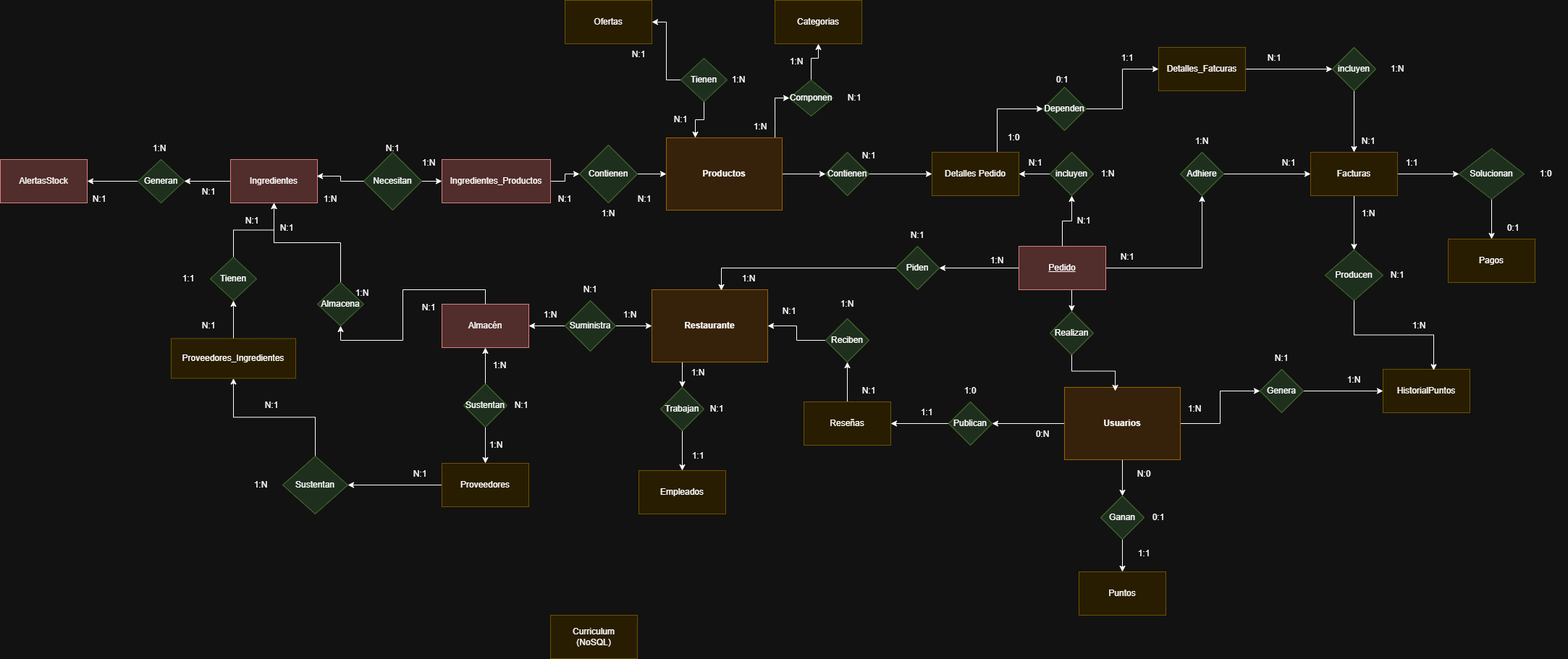
The draw.io diagram Base de Datos/Entidad-Relacion.png in sergioLahuerta/retoBueno, before a commit. Source tidied: cells renumbered, new cells last; positions are measured from the earlier drawing's top-left corner, leaving out a move shared by most shapes.
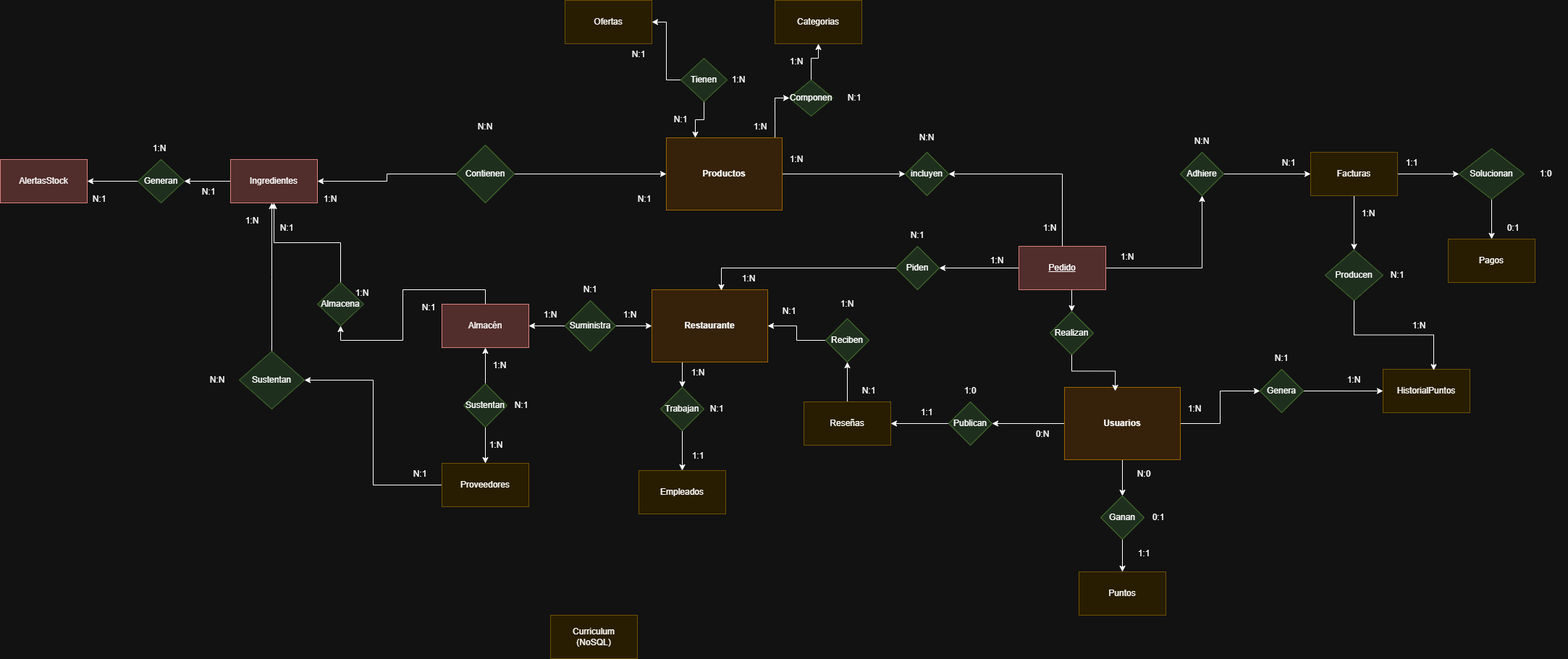
Above is the later version.

Diff of the diagram source:
```diff
@@ -4,5 +4,2 @@
     <mxCell id="1" parent="0" />
-    <mxCell id="2" style="edgeStyle=orthogonalEdgeStyle;rounded=0;jettySize=auto;html=1;exitX=1;exitY=0.5;exitDx=0;exitDy=0;entryX=0;entryY=0.5;entryDx=0;entryDy=0;" parent="1" edge="1" source="4" target="25">
-      <mxGeometry relative="1" as="geometry" />
-    </mxCell>
     <mxCell id="3" style="edgeStyle=orthogonalEdgeStyle;rounded=0;jettySize=auto;html=1;exitX=0.938;exitY=0;exitDx=0;exitDy=0;entryX=0;entryY=0.5;entryDx=0;entryDy=0;exitPerimeter=0;" parent="1" edge="1" source="4" target="23">
@@ -10,2 +7,5 @@
     </mxCell>
+    <mxCell id="162" style="edgeStyle=orthogonalEdgeStyle;rounded=0;jettySize=auto;html=1;exitX=1;exitY=0.5;exitDx=0;exitDy=0;entryX=0;entryY=0.5;entryDx=0;entryDy=0;" parent="1" edge="1" source="4" target="64">
+      <mxGeometry relative="1" as="geometry" />
+    </mxCell>
     <mxCell id="4" value="&lt;b&gt;Productos&lt;/b&gt;" style="rounded=0;whiteSpace=wrap;html=1;fillColor=#ffe6cc;strokeColor=#d79b00;" parent="1" vertex="1">
@@ -31,5 +31,2 @@
     </mxCell>
-    <mxCell id="11" style="edgeStyle=orthogonalEdgeStyle;rounded=0;jettySize=auto;html=1;exitX=0.5;exitY=0;exitDx=0;exitDy=0;entryX=0.5;entryY=1;entryDx=0;entryDy=0;" parent="1" edge="1" source="14" target="64">
-      <mxGeometry relative="1" as="geometry" />
-    </mxCell>
     <mxCell id="12" style="edgeStyle=orthogonalEdgeStyle;rounded=0;jettySize=auto;html=1;exitX=0.5;exitY=1;exitDx=0;exitDy=0;entryX=0.5;entryY=0;entryDx=0;entryDy=0;" parent="1" edge="1" source="14" target="34">
@@ -40,2 +37,5 @@
     </mxCell>
+    <mxCell id="11" style="edgeStyle=orthogonalEdgeStyle;rounded=0;jettySize=auto;html=1;exitX=0.5;exitY=0;exitDx=0;exitDy=0;entryX=1;entryY=0.5;entryDx=0;entryDy=0;" parent="1" edge="1" source="14" target="64">
+      <mxGeometry relative="1" as="geometry" />
+    </mxCell>
     <mxCell id="14" value="&lt;u&gt;Pedido&lt;/u&gt;" style="rounded=0;whiteSpace=wrap;html=1;fillColor=#f8cecc;strokeColor=#b85450;" parent="1" vertex="1">
@@ -49,8 +49,2 @@
     </mxCell>
-    <mxCell id="17" style="edgeStyle=orthogonalEdgeStyle;rounded=0;jettySize=auto;html=1;entryX=0;entryY=0.5;entryDx=0;entryDy=0;" parent="1" edge="1" source="18" target="79">
-      <mxGeometry relative="1" as="geometry" />
-    </mxCell>
-    <mxCell id="18" value="Necesitan" style="rhombus;whiteSpace=wrap;html=1;fillColor=#d5e8d4;strokeColor=#82b366;" parent="1" vertex="1">
-      <mxGeometry x="502" y="210" width="80" height="80" as="geometry" />
-    </mxCell>
     <mxCell id="19" style="edgeStyle=orthogonalEdgeStyle;rounded=0;jettySize=auto;html=1;exitX=0;exitY=0.5;exitDx=0;exitDy=0;entryX=1;entryY=0.5;entryDx=0;entryDy=0;" parent="1" edge="1" source="21" target="5">
@@ -75,8 +69,2 @@
     </mxCell>
-    <mxCell id="24" style="edgeStyle=orthogonalEdgeStyle;rounded=0;jettySize=auto;html=1;exitX=1;exitY=0.5;exitDx=0;exitDy=0;entryX=0;entryY=0.5;entryDx=0;entryDy=0;" parent="1" edge="1" source="25" target="62">
-      <mxGeometry relative="1" as="geometry" />
-    </mxCell>
-    <mxCell id="25" value="Contienen" style="rhombus;whiteSpace=wrap;html=1;fillColor=#d5e8d4;strokeColor=#82b366;" parent="1" vertex="1">
-      <mxGeometry x="1140" y="210" width="60" height="60" as="geometry" />
-    </mxCell>
     <mxCell id="26" style="edgeStyle=orthogonalEdgeStyle;rounded=0;jettySize=auto;html=1;exitX=1;exitY=0.5;exitDx=0;exitDy=0;entryX=0;entryY=0.5;entryDx=0;entryDy=0;" parent="1" edge="1" source="27" target="9">
@@ -117,5 +105,2 @@
     </mxCell>
-    <mxCell id="38" style="edgeStyle=orthogonalEdgeStyle;rounded=0;jettySize=auto;html=1;exitX=0;exitY=0.5;exitDx=0;exitDy=0;entryX=0.992;entryY=0.383;entryDx=0;entryDy=0;entryPerimeter=0;" parent="1" edge="1" source="18" target="16">
-      <mxGeometry relative="1" as="geometry" />
-    </mxCell>
     <mxCell id="39" style="edgeStyle=orthogonalEdgeStyle;rounded=0;jettySize=auto;html=1;exitX=0.5;exitY=0;exitDx=0;exitDy=0;entryX=0.5;entryY=1;entryDx=0;entryDy=0;" parent="1" edge="1" source="40" target="42">
@@ -186,13 +171,4 @@
     </mxCell>
-    <mxCell id="61" style="edgeStyle=orthogonalEdgeStyle;rounded=0;jettySize=auto;html=1;exitX=0.75;exitY=0;exitDx=0;exitDy=0;entryX=0;entryY=0.5;entryDx=0;entryDy=0;" parent="1" edge="1" source="62" target="71">
-      <mxGeometry relative="1" as="geometry" />
-    </mxCell>
-    <mxCell id="62" value="Detalles Pedido" style="rounded=0;whiteSpace=wrap;html=1;fillColor=#fff2cc;strokeColor=#d6b656;" parent="1" vertex="1">
-      <mxGeometry x="1287" y="210" width="120" height="60" as="geometry" />
-    </mxCell>
-    <mxCell id="63" style="edgeStyle=orthogonalEdgeStyle;rounded=0;jettySize=auto;html=1;exitX=0;exitY=0.5;exitDx=0;exitDy=0;entryX=1;entryY=0.5;entryDx=0;entryDy=0;" parent="1" edge="1" source="64" target="62">
-      <mxGeometry relative="1" as="geometry" />
-    </mxCell>
     <mxCell id="64" value="incluyen" style="rhombus;whiteSpace=wrap;html=1;fillColor=#d5e8d4;strokeColor=#82b366;" parent="1" vertex="1">
-      <mxGeometry x="1450" y="210" width="60" height="60" as="geometry" />
+      <mxGeometry x="1250" y="210" width="60" height="60" as="geometry" />
     </mxCell>
@@ -213,8 +189,2 @@
     </mxCell>
-    <mxCell id="70" style="edgeStyle=orthogonalEdgeStyle;rounded=0;jettySize=auto;html=1;exitX=1;exitY=0.5;exitDx=0;exitDy=0;entryX=0;entryY=0.5;entryDx=0;entryDy=0;" parent="1" edge="1" source="71" target="83">
-      <mxGeometry relative="1" as="geometry" />
-    </mxCell>
-    <mxCell id="71" value="Dependen" style="rhombus;whiteSpace=wrap;html=1;fillColor=#d5e8d4;strokeColor=#82b366;" parent="1" vertex="1">
-      <mxGeometry x="1440" y="120" width="60" height="60" as="geometry" />
-    </mxCell>
     <mxCell id="72" style="edgeStyle=orthogonalEdgeStyle;rounded=0;jettySize=auto;html=1;exitX=0.5;exitY=1;exitDx=0;exitDy=0;entryX=0.5;entryY=0;entryDx=0;entryDy=0;" parent="1" edge="1" source="73" target="74">
@@ -237,8 +207,2 @@
     </mxCell>
-    <mxCell id="78" style="edgeStyle=orthogonalEdgeStyle;rounded=0;jettySize=auto;html=1;exitX=1;exitY=0.5;exitDx=0;exitDy=0;entryX=0;entryY=0.5;entryDx=0;entryDy=0;" parent="1" edge="1" source="79" target="81">
-      <mxGeometry relative="1" as="geometry" />
-    </mxCell>
-    <mxCell id="79" value="Ingredientes_Productos" style="rounded=0;whiteSpace=wrap;html=1;fillColor=#f8cecc;strokeColor=#b85450;" parent="1" vertex="1">
-      <mxGeometry x="610" y="220" width="150" height="60" as="geometry" />
-    </mxCell>
     <mxCell id="80" style="edgeStyle=orthogonalEdgeStyle;rounded=0;jettySize=auto;html=1;exitX=1;exitY=0.5;exitDx=0;exitDy=0;entryX=0;entryY=0.5;entryDx=0;entryDy=0;" parent="1" edge="1" source="81" target="4">
@@ -246,11 +210,8 @@
     </mxCell>
+    <mxCell id="163" style="edgeStyle=orthogonalEdgeStyle;rounded=0;jettySize=auto;html=1;exitX=0;exitY=0.5;exitDx=0;exitDy=0;entryX=1;entryY=0.5;entryDx=0;entryDy=0;" parent="1" edge="1" source="81" target="16">
+      <mxGeometry relative="1" as="geometry" />
+    </mxCell>
     <mxCell id="81" value="Contienen" style="rhombus;whiteSpace=wrap;html=1;fillColor=#d5e8d4;strokeColor=#82b366;" parent="1" vertex="1">
-      <mxGeometry x="800" y="200" width="80" height="80" as="geometry" />
+      <mxGeometry x="630" y="200" width="80" height="80" as="geometry" />
     </mxCell>
-    <mxCell id="82" style="edgeStyle=orthogonalEdgeStyle;rounded=0;jettySize=auto;html=1;entryX=0;entryY=0.5;entryDx=0;entryDy=0;" parent="1" edge="1" source="83" target="117">
-      <mxGeometry relative="1" as="geometry" />
-    </mxCell>
-    <mxCell id="83" value="Detalles_Fatcuras" style="rounded=0;whiteSpace=wrap;html=1;fillColor=#fff2cc;strokeColor=#d6b656;" parent="1" vertex="1">
-      <mxGeometry x="1600" y="65" width="120" height="60" as="geometry" />
-    </mxCell>
     <mxCell id="84" value="Puntos" style="rounded=0;whiteSpace=wrap;html=1;fillColor=#fff2cc;strokeColor=#d6b656;" parent="1" vertex="1">
@@ -258,13 +219,9 @@
     </mxCell>
-    <mxCell id="85" style="edgeStyle=orthogonalEdgeStyle;rounded=0;jettySize=auto;html=1;exitX=0.5;exitY=0;exitDx=0;exitDy=0;entryX=0.5;entryY=1;entryDx=0;entryDy=0;" parent="1" edge="1" source="86" target="108">
-      <mxGeometry relative="1" as="geometry" />
-    </mxCell>
-    <mxCell id="86" value="Proveedores_Ingredientes" style="rounded=0;whiteSpace=wrap;html=1;fillColor=#fff2cc;strokeColor=#d6b656;" parent="1" vertex="1">
-      <mxGeometry x="236" y="467.5" width="172" height="55" as="geometry" />
-    </mxCell>
-    <mxCell id="87" style="edgeStyle=orthogonalEdgeStyle;rounded=0;jettySize=auto;html=1;exitX=0.5;exitY=0;exitDx=0;exitDy=0;entryX=0.5;entryY=1;entryDx=0;entryDy=0;" parent="1" edge="1" source="88" target="86">
-      <mxGeometry relative="1" as="geometry" />
-    </mxCell>
+    <mxCell id="164" style="edgeStyle=orthogonalEdgeStyle;rounded=0;jettySize=auto;html=1;exitX=0.5;exitY=0;exitDx=0;exitDy=0;" parent="1" edge="1" source="88">
+      <mxGeometry relative="1" as="geometry">
+        <mxPoint x="375" y="280" as="targetPoint" />
+      </mxGeometry>
+    </mxCell>
     <mxCell id="88" value="Sustentan" style="rhombus;whiteSpace=wrap;html=1;fillColor=#d5e8d4;strokeColor=#82b366;" parent="1" vertex="1">
-      <mxGeometry x="390" y="630" width="90" height="80" as="geometry" />
+      <mxGeometry x="330" y="485" width="90" height="80" as="geometry" />
     </mxCell>
@@ -291,8 +248,2 @@
     </mxCell>
-    <mxCell id="96" value="1:N" style="text;strokeColor=none;align=center;fillColor=none;html=1;verticalAlign=middle;whiteSpace=wrap;rounded=0;" parent="1" vertex="1">
-      <mxGeometry x="810" y="280" width="60" height="30" as="geometry" />
-    </mxCell>
-    <mxCell id="97" value="N:1" style="text;strokeColor=none;align=center;fillColor=none;html=1;verticalAlign=middle;whiteSpace=wrap;rounded=0;" parent="1" vertex="1">
-      <mxGeometry x="1170" y="200" width="60" height="30" as="geometry" />
-    </mxCell>
     <mxCell id="98" value="1:N" style="text;strokeColor=none;align=center;fillColor=none;html=1;verticalAlign=middle;whiteSpace=wrap;rounded=0;" parent="1" vertex="1">
@@ -300,8 +251,2 @@
     </mxCell>
-    <mxCell id="99" value="N:1" style="text;strokeColor=none;align=center;fillColor=none;html=1;verticalAlign=middle;whiteSpace=wrap;rounded=0;" parent="1" vertex="1">
-      <mxGeometry x="512" y="190" width="60" height="30" as="geometry" />
-    </mxCell>
-    <mxCell id="100" value="1:N" style="text;strokeColor=none;align=center;fillColor=none;html=1;verticalAlign=middle;whiteSpace=wrap;rounded=0;" parent="1" vertex="1">
-      <mxGeometry x="562" y="210" width="60" height="30" as="geometry" />
-    </mxCell>
     <mxCell id="101" value="N:1" style="text;strokeColor=none;align=center;fillColor=none;html=1;verticalAlign=middle;whiteSpace=wrap;rounded=0;" parent="1" vertex="1">
@@ -324,8 +269,2 @@
     </mxCell>
-    <mxCell id="107" style="edgeStyle=orthogonalEdgeStyle;rounded=0;jettySize=auto;html=1;exitX=0.5;exitY=0;exitDx=0;exitDy=0;entryX=0.5;entryY=1;entryDx=0;entryDy=0;" parent="1" edge="1" source="108" target="16">
-      <mxGeometry relative="1" as="geometry" />
-    </mxCell>
-    <mxCell id="108" value="Tienen" style="rhombus;whiteSpace=wrap;html=1;fillColor=#d5e8d4;strokeColor=#82b366;" parent="1" vertex="1">
-      <mxGeometry x="290" y="355" width="64" height="60" as="geometry" />
-    </mxCell>
     <mxCell id="109" value="1:N" style="text;strokeColor=none;align=center;fillColor=none;html=1;verticalAlign=middle;whiteSpace=wrap;rounded=0;" parent="1" vertex="1">
@@ -348,11 +287,2 @@
     </mxCell>
-    <mxCell id="115" value="N:1" style="text;strokeColor=none;align=center;fillColor=none;html=1;verticalAlign=middle;whiteSpace=wrap;rounded=0;" parent="1" vertex="1">
-      <mxGeometry x="750" y="260" width="60" height="30" as="geometry" />
-    </mxCell>
-    <mxCell id="116" style="edgeStyle=orthogonalEdgeStyle;rounded=0;jettySize=auto;html=1;" parent="1" edge="1" source="117" target="9">
-      <mxGeometry relative="1" as="geometry" />
-    </mxCell>
-    <mxCell id="117" value="incluyen" style="rhombus;whiteSpace=wrap;html=1;fillColor=#d5e8d4;strokeColor=#82b366;" parent="1" vertex="1">
-      <mxGeometry x="1840" y="65" width="60" height="60" as="geometry" />
-    </mxCell>
     <mxCell id="118" value="1:N" style="text;strokeColor=none;align=center;fillColor=none;html=1;verticalAlign=middle;whiteSpace=wrap;rounded=0;" parent="1" vertex="1">
@@ -378,35 +308,11 @@
     </mxCell>
-    <mxCell id="125" value="1:N" style="text;strokeColor=none;align=center;fillColor=none;html=1;verticalAlign=middle;whiteSpace=wrap;rounded=0;" parent="1" vertex="1">
-      <mxGeometry x="330" y="655" width="60" height="30" as="geometry" />
+    <mxCell id="125" value="N:N" style="text;strokeColor=none;align=center;fillColor=none;html=1;verticalAlign=middle;whiteSpace=wrap;rounded=0;" parent="1" vertex="1">
+      <mxGeometry x="270" y="510" width="60" height="30" as="geometry" />
     </mxCell>
-    <mxCell id="126" value="N:1" style="text;strokeColor=none;align=center;fillColor=none;html=1;verticalAlign=middle;whiteSpace=wrap;rounded=0;" parent="1" vertex="1">
-      <mxGeometry x="345" y="545" width="60" height="30" as="geometry" />
-    </mxCell>
-    <mxCell id="127" value="N:1" style="text;strokeColor=none;align=center;fillColor=none;html=1;verticalAlign=middle;whiteSpace=wrap;rounded=0;" parent="1" vertex="1">
-      <mxGeometry x="1467" y="290" width="60" height="30" as="geometry" />
+    <mxCell id="127" value="1:N" style="text;strokeColor=none;align=center;fillColor=none;html=1;verticalAlign=middle;whiteSpace=wrap;rounded=0;" parent="1" vertex="1">
+      <mxGeometry x="1420" y="300" width="60" height="30" as="geometry" />
     </mxCell>
-    <mxCell id="128" value="1:N" style="text;strokeColor=none;align=center;fillColor=none;html=1;verticalAlign=middle;whiteSpace=wrap;rounded=0;" parent="1" vertex="1">
-      <mxGeometry x="1500" y="225" width="60" height="30" as="geometry" />
+    <mxCell id="128" value="N:N" style="text;strokeColor=none;align=center;fillColor=none;html=1;verticalAlign=middle;whiteSpace=wrap;rounded=0;" parent="1" vertex="1">
+      <mxGeometry x="1250" y="175" width="60" height="30" as="geometry" />
     </mxCell>
-    <mxCell id="129" value="N:1" style="text;strokeColor=none;align=center;fillColor=none;html=1;verticalAlign=middle;whiteSpace=wrap;rounded=0;" parent="1" vertex="1">
-      <mxGeometry x="1400" y="210" width="60" height="30" as="geometry" />
-    </mxCell>
-    <mxCell id="130" value="1:0" style="text;strokeColor=none;align=center;fillColor=none;html=1;verticalAlign=middle;whiteSpace=wrap;rounded=0;" parent="1" vertex="1">
-      <mxGeometry x="1370" y="175" width="60" height="30" as="geometry" />
-    </mxCell>
-    <mxCell id="131" value="0:1" style="text;strokeColor=none;align=center;fillColor=none;html=1;verticalAlign=middle;whiteSpace=wrap;rounded=0;" parent="1" vertex="1">
-      <mxGeometry x="1437" y="95" width="60" height="30" as="geometry" />
-    </mxCell>
-    <mxCell id="132" value="1:1" style="text;strokeColor=none;align=center;fillColor=none;html=1;verticalAlign=middle;whiteSpace=wrap;rounded=0;" parent="1" vertex="1">
-      <mxGeometry x="1527" y="65" width="60" height="30" as="geometry" />
-    </mxCell>
-    <mxCell id="133" value="N:1" style="text;strokeColor=none;align=center;fillColor=none;html=1;verticalAlign=middle;whiteSpace=wrap;rounded=0;" parent="1" vertex="1">
-      <mxGeometry x="1730" y="65" width="60" height="30" as="geometry" />
-    </mxCell>
-    <mxCell id="134" value="1:N" style="text;strokeColor=none;align=center;fillColor=none;html=1;verticalAlign=middle;whiteSpace=wrap;rounded=0;" parent="1" vertex="1">
-      <mxGeometry x="1900" y="80" width="60" height="30" as="geometry" />
-    </mxCell>
-    <mxCell id="135" value="N:1" style="text;strokeColor=none;align=center;fillColor=none;html=1;verticalAlign=middle;whiteSpace=wrap;rounded=0;" parent="1" vertex="1">
-      <mxGeometry x="1860" y="180" width="60" height="30" as="geometry" />
-    </mxCell>
     <mxCell id="136" value="1:1" style="text;strokeColor=none;align=center;fillColor=none;html=1;verticalAlign=middle;whiteSpace=wrap;rounded=0;" parent="1" vertex="1">
@@ -471,6 +377,6 @@
     </mxCell>
-    <mxCell id="156" value="N:1" style="text;strokeColor=none;align=center;fillColor=none;html=1;verticalAlign=middle;whiteSpace=wrap;rounded=0;" parent="1" vertex="1">
+    <mxCell id="156" value="1:N" style="text;strokeColor=none;align=center;fillColor=none;html=1;verticalAlign=middle;whiteSpace=wrap;rounded=0;" parent="1" vertex="1">
       <mxGeometry x="1527" y="340" width="60" height="30" as="geometry" />
     </mxCell>
-    <mxCell id="157" value="1:N" style="text;strokeColor=none;align=center;fillColor=none;html=1;verticalAlign=middle;whiteSpace=wrap;rounded=0;" parent="1" vertex="1">
+    <mxCell id="157" value="N:N" style="text;strokeColor=none;align=center;fillColor=none;html=1;verticalAlign=middle;whiteSpace=wrap;rounded=0;" parent="1" vertex="1">
       <mxGeometry x="1630" y="180" width="60" height="30" as="geometry" />
@@ -480,11 +386,11 @@
     </mxCell>
-    <mxCell id="159" value="N:1" style="text;strokeColor=none;align=center;fillColor=none;html=1;verticalAlign=middle;whiteSpace=wrap;rounded=0;" parent="1" vertex="1">
+    <mxCell id="159" value="1:N" style="text;strokeColor=none;align=center;fillColor=none;html=1;verticalAlign=middle;whiteSpace=wrap;rounded=0;" parent="1" vertex="1">
       <mxGeometry x="318" y="290" width="60" height="30" as="geometry" />
     </mxCell>
-    <mxCell id="160" value="N:1" style="text;strokeColor=none;align=center;fillColor=none;html=1;verticalAlign=middle;whiteSpace=wrap;rounded=0;" parent="1" vertex="1">
-      <mxGeometry x="258" y="435" width="60" height="30" as="geometry" />
-    </mxCell>
-    <mxCell id="161" value="1:1" style="text;strokeColor=none;align=center;fillColor=none;html=1;verticalAlign=middle;whiteSpace=wrap;rounded=0;" parent="1" vertex="1">
-      <mxGeometry x="230" y="370" width="60" height="30" as="geometry" />
-    </mxCell>
+    <mxCell id="165" value="N:N" style="text;strokeColor=none;align=center;fillColor=none;html=1;verticalAlign=middle;whiteSpace=wrap;rounded=0;" parent="1" vertex="1">
+      <mxGeometry x="640" y="160" width="60" height="30" as="geometry" />
+    </mxCell>
+    <mxCell id="166" value="1:N" style="text;strokeColor=none;align=center;fillColor=none;html=1;verticalAlign=middle;whiteSpace=wrap;rounded=0;" parent="1" vertex="1">
+      <mxGeometry x="1070" y="205" width="60" height="30" as="geometry" />
+    </mxCell>
   </root>
```
